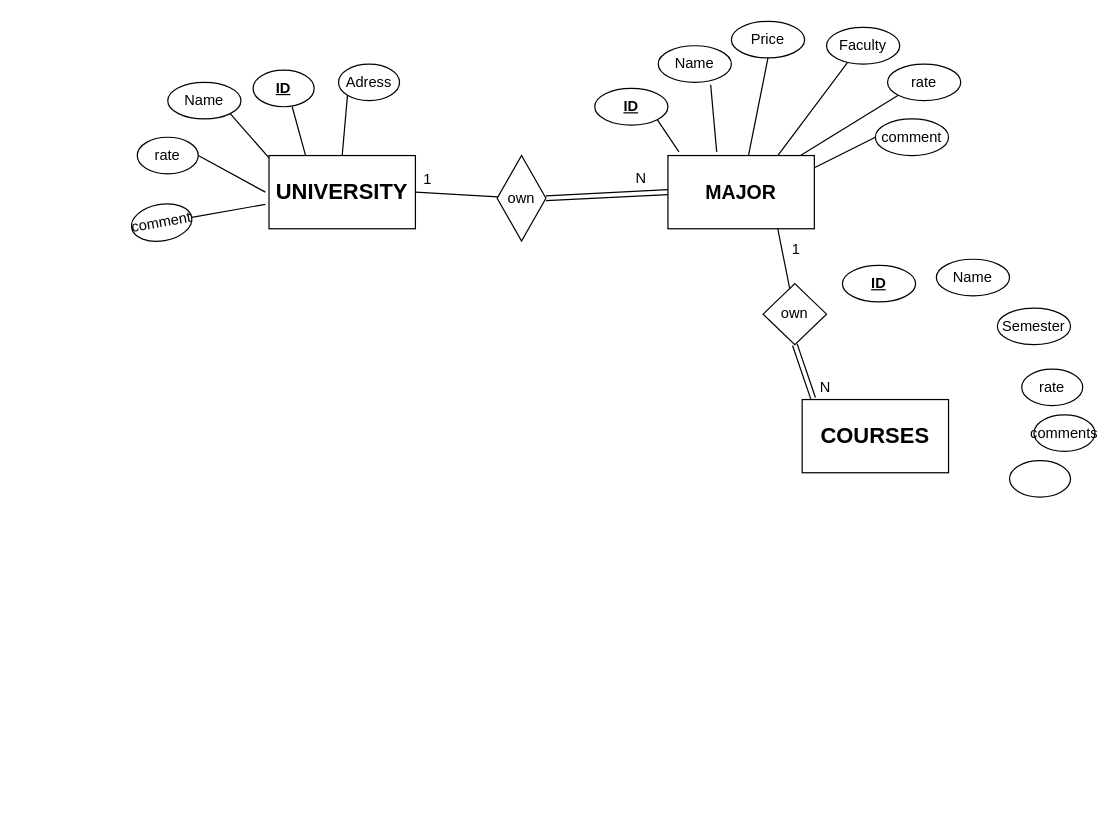
This is KnowUni (database architecture draft) .drawio from janweh/GangsOfCsharp, a draw.io file, before an edit. Source tidied: cells renumbered, new cells numbered last; positions are measured from the earlier drawing's top-left corner, leaving out a move shared by most shapes. Both pictures are drawn from the tidied source at 122%, with x=0, y=0 at pixel (131, 21).
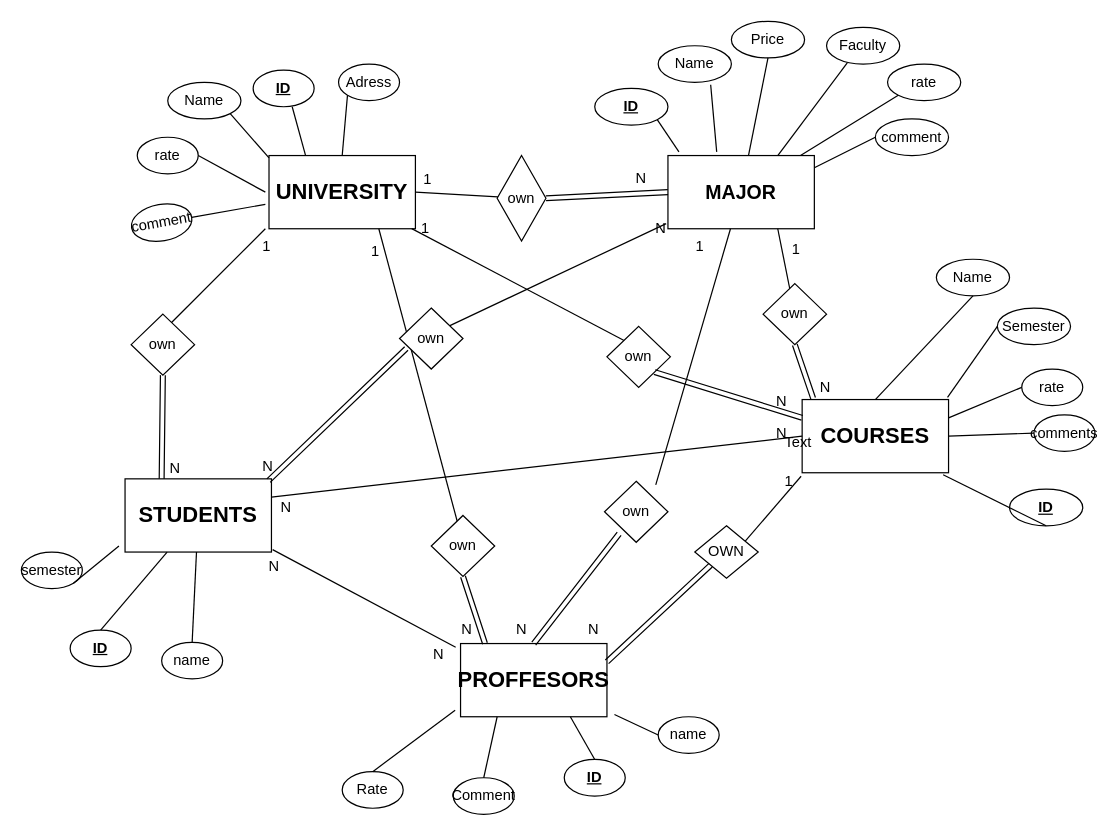
After the change.

The change refers to these unchanged cells:
```xml
<mxCell id="2" value="&lt;b&gt;&lt;font style=&quot;font-size: 18px&quot;&gt;UNIVERSITY&lt;/font&gt;&lt;/b&gt;" style="rounded=0;whiteSpace=wrap;html=1;" parent="1" vertex="1">
  <mxGeometry x="113" y="110" width="120" height="60" as="geometry" />
</mxCell>
<mxCell id="3" value="&lt;font size=&quot;3&quot;&gt;&lt;b&gt;MAJOR&lt;/b&gt;&lt;/font&gt;" style="rounded=0;whiteSpace=wrap;html=1;" parent="1" vertex="1">
  <mxGeometry x="440" y="110" width="120" height="60" as="geometry" />
</mxCell>
<mxCell id="31" value="&lt;b&gt;&lt;font style=&quot;font-size: 18px&quot;&gt;COURSES&lt;/font&gt;&lt;/b&gt;" style="rounded=0;whiteSpace=wrap;html=1;" parent="1" vertex="1">
  <mxGeometry x="550" y="310" width="120" height="60" as="geometry" />
</mxCell>
<mxCell id="37" value="Semester" style="ellipse;whiteSpace=wrap;html=1;" parent="1" vertex="1">
  <mxGeometry x="710" y="235" width="60" height="30" as="geometry" />
</mxCell>
<mxCell id="38" value="Name" style="ellipse;whiteSpace=wrap;html=1;" parent="1" vertex="1">
  <mxGeometry x="660" y="195" width="60" height="30" as="geometry" />
</mxCell>
<mxCell id="40" value="rate" style="ellipse;whiteSpace=wrap;html=1;direction=west;" parent="1" vertex="1">
  <mxGeometry x="730" y="285" width="50" height="30" as="geometry" />
</mxCell>
<mxCell id="41" value="comments" style="ellipse;whiteSpace=wrap;html=1;direction=west;" parent="1" vertex="1">
  <mxGeometry x="740" y="322.5" width="50" height="30" as="geometry" />
</mxCell>
```

Diff of the diagram source:
```diff
@@
     <mxCell id="39" value="&lt;u&gt;&lt;b&gt;ID&lt;/b&gt;&lt;/u&gt;" style="ellipse;whiteSpace=wrap;html=1;" parent="1" vertex="1">
-      <mxGeometry x="583" y="200" width="60" height="30" as="geometry" />
+      <mxGeometry x="720" y="383.5" width="60" height="30" as="geometry" />
     </mxCell>
@@
-    <mxCell id="42" style="ellipse;whiteSpace=wrap;html=1;direction=west;" parent="1" vertex="1">
-      <mxGeometry x="720" y="360" width="50" height="30" as="geometry" />
+    <mxCell id="42" value="name" style="ellipse;whiteSpace=wrap;html=1;direction=west;" parent="1" vertex="1">
+      <mxGeometry x="432" y="570" width="50" height="30" as="geometry" />
     </mxCell>
+    <mxCell id="43" style="endArrow=none;html=1;entryX=1;entryY=0.5;entryDx=0;entryDy=0;exitX=1;exitY=0.5;exitDx=0;exitDy=0;" parent="1" edge="1" source="31" target="41">
+      <mxGeometry relative="1" as="geometry" />
+    </mxCell>
+    <mxCell id="44" style="endArrow=none;html=1;entryX=0.5;entryY=1;entryDx=0;entryDy=0;exitX=0.963;exitY=1.028;exitDx=0;exitDy=0;exitPerimeter=0;" parent="1" edge="1" source="31" target="39">
+      <mxGeometry relative="1" as="geometry" />
+    </mxCell>
+    <mxCell id="45" style="endArrow=none;html=1;entryX=0;entryY=0.5;entryDx=0;entryDy=0;exitX=0.993;exitY=-0.03;exitDx=0;exitDy=0;exitPerimeter=0;" parent="1" edge="1" source="31" target="37">
+      <mxGeometry relative="1" as="geometry" />
+    </mxCell>
+    <mxCell id="46" style="endArrow=none;html=1;entryX=0.5;entryY=1;entryDx=0;entryDy=0;exitX=0.5;exitY=0;exitDx=0;exitDy=0;" parent="1" edge="1" source="31" target="38">
+      <mxGeometry relative="1" as="geometry" />
+    </mxCell>
+    <mxCell id="47" style="endArrow=none;html=1;entryX=1;entryY=0.5;entryDx=0;entryDy=0;exitX=1;exitY=0.25;exitDx=0;exitDy=0;" parent="1" edge="1" source="31" target="40">
+      <mxGeometry relative="1" as="geometry" />
+    </mxCell>
+    <mxCell id="48" value="&lt;b&gt;&lt;font style=&quot;font-size: 18px&quot;&gt;PROFFESORS&lt;/font&gt;&lt;/b&gt;" style="rounded=0;whiteSpace=wrap;html=1;" parent="1" vertex="1">
+      <mxGeometry x="270" y="510" width="120" height="60" as="geometry" />
+    </mxCell>
+    <mxCell id="49" value="&lt;font style=&quot;font-size: 18px&quot;&gt;&lt;b&gt;STUDENTS&lt;/b&gt;&lt;/font&gt;" style="rounded=0;whiteSpace=wrap;html=1;" parent="1" vertex="1">
+      <mxGeometry x="-5" y="375" width="120" height="60" as="geometry" />
+    </mxCell>
+    <mxCell id="50" style="endArrow=none;html=1;entryX=-0.007;entryY=1.048;entryDx=0;entryDy=0;entryPerimeter=0;" parent="1" edge="1" target="31">
+      <mxGeometry relative="1" as="geometry">
+        <mxPoint x="500" y="430" as="sourcePoint" />
+      </mxGeometry>
+    </mxCell>
+    <mxCell id="51" value="OWN" style="rhombus;whiteSpace=wrap;html=1;" parent="1" vertex="1">
+      <mxGeometry x="462" y="413.5" width="52" height="43" as="geometry" />
+    </mxCell>
+    <mxCell id="52" value="N" style="text;html=1;align=left;verticalAlign=top;spacingTop=-4;" parent="1" vertex="1">
+      <mxGeometry x="373" y="489" width="20" height="20" as="geometry" />
+    </mxCell>
+    <mxCell id="53" value="1" style="text;html=1;align=left;verticalAlign=top;spacingTop=-4;" parent="1" vertex="1">
+      <mxGeometry x="534" y="367" width="20" height="20" as="geometry" />
+    </mxCell>
+    <mxCell id="54" style="shape=link;html=1;entryX=0;entryY=1;entryDx=0;entryDy=0;exitX=1;exitY=0.25;exitDx=0;exitDy=0;" parent="1" edge="1" source="48" target="51">
+      <mxGeometry relative="1" as="geometry" />
+    </mxCell>
+    <mxCell id="55" value="Comment" style="ellipse;whiteSpace=wrap;html=1;direction=west;" parent="1" vertex="1">
+      <mxGeometry x="264" y="620" width="50" height="30" as="geometry" />
+    </mxCell>
+    <mxCell id="56" value="&lt;b&gt;&lt;u&gt;ID&lt;/u&gt;&lt;/b&gt;" style="ellipse;whiteSpace=wrap;html=1;direction=west;" parent="1" vertex="1">
+      <mxGeometry x="355" y="605" width="50" height="30" as="geometry" />
+    </mxCell>
+    <mxCell id="57" value="Rate" style="ellipse;whiteSpace=wrap;html=1;direction=west;" parent="1" vertex="1">
+      <mxGeometry x="173" y="615" width="50" height="30" as="geometry" />
+    </mxCell>
+    <mxCell id="58" style="endArrow=none;html=1;entryX=-0.037;entryY=0.911;entryDx=0;entryDy=0;entryPerimeter=0;exitX=0.5;exitY=1;exitDx=0;exitDy=0;" parent="1" edge="1" source="57" target="48">
+      <mxGeometry relative="1" as="geometry" />
+    </mxCell>
+    <mxCell id="59" style="endArrow=none;html=1;entryX=1.051;entryY=0.97;entryDx=0;entryDy=0;entryPerimeter=0;exitX=1;exitY=0.5;exitDx=0;exitDy=0;" parent="1" edge="1" source="42" target="48">
+      <mxGeometry relative="1" as="geometry" />
+    </mxCell>
+    <mxCell id="60" style="endArrow=none;html=1;entryX=0.25;entryY=1;entryDx=0;entryDy=0;exitX=0.5;exitY=1;exitDx=0;exitDy=0;" parent="1" edge="1" source="55" target="48">
+      <mxGeometry relative="1" as="geometry" />
+    </mxCell>
+    <mxCell id="61" style="endArrow=none;html=1;entryX=0.75;entryY=1;entryDx=0;entryDy=0;exitX=0.5;exitY=1;exitDx=0;exitDy=0;" parent="1" edge="1" source="56" target="48">
+      <mxGeometry relative="1" as="geometry" />
+    </mxCell>
+    <mxCell id="62" style="endArrow=none;html=1;" parent="1" edge="1" target="3">
+      <mxGeometry relative="1" as="geometry">
+        <mxPoint x="430" y="380" as="sourcePoint" />
+      </mxGeometry>
+    </mxCell>
+    <mxCell id="63" value="own" style="rhombus;whiteSpace=wrap;html=1;" parent="1" vertex="1">
+      <mxGeometry x="388" y="377" width="52" height="50" as="geometry" />
+    </mxCell>
+    <mxCell id="64" style="shape=link;html=1;exitX=0.5;exitY=0;exitDx=0;exitDy=0;" parent="1" edge="1" source="48">
+      <mxGeometry relative="1" as="geometry">
+        <mxPoint x="400" y="420" as="targetPoint" />
+      </mxGeometry>
+    </mxCell>
+    <mxCell id="65" value="1" style="text;html=1;align=left;verticalAlign=top;spacingTop=-4;" parent="1" vertex="1">
+      <mxGeometry x="461" y="175" width="20" height="20" as="geometry" />
+    </mxCell>
+    <mxCell id="66" value="N" style="text;html=1;align=left;verticalAlign=top;spacingTop=-4;" parent="1" vertex="1">
+      <mxGeometry x="314" y="489" width="20" height="20" as="geometry" />
+    </mxCell>
+    <mxCell id="67" style="endArrow=none;html=1;entryX=0.975;entryY=0.998;entryDx=0;entryDy=0;entryPerimeter=0;" parent="1" edge="1" target="2">
+      <mxGeometry relative="1" as="geometry">
+        <mxPoint x="420" y="270" as="sourcePoint" />
+      </mxGeometry>
+    </mxCell>
+    <mxCell id="68" value="own" style="rhombus;whiteSpace=wrap;html=1;" parent="1" vertex="1">
+      <mxGeometry x="390" y="250" width="52" height="50" as="geometry" />
+    </mxCell>
+    <mxCell id="69" style="shape=link;html=1;exitX=0;exitY=0.25;exitDx=0;exitDy=0;entryX=1;entryY=1;entryDx=0;entryDy=0;" parent="1" edge="1" source="31" target="68">
+      <mxGeometry relative="1" as="geometry" />
+    </mxCell>
+    <mxCell id="70" value="N" style="text;html=1;align=left;verticalAlign=top;spacingTop=-4;" parent="1" vertex="1">
+      <mxGeometry x="527" y="302" width="20" height="20" as="geometry" />
+    </mxCell>
+    <mxCell id="71" value="1" style="text;html=1;align=left;verticalAlign=top;spacingTop=-4;" parent="1" vertex="1">
+      <mxGeometry x="236" y="160" width="20" height="20" as="geometry" />
+    </mxCell>
+    <mxCell id="72" style="endArrow=none;html=1;entryX=0.75;entryY=1;entryDx=0;entryDy=0;" parent="1" edge="1" target="2">
+      <mxGeometry relative="1" as="geometry">
+        <mxPoint x="270" y="420" as="sourcePoint" />
+      </mxGeometry>
+    </mxCell>
+    <mxCell id="73" value="own" style="rhombus;whiteSpace=wrap;html=1;" parent="1" vertex="1">
+      <mxGeometry x="246" y="405" width="52" height="50" as="geometry" />
+    </mxCell>
+    <mxCell id="74" style="shape=link;html=1;entryX=0.5;entryY=1;entryDx=0;entryDy=0;exitX=0.167;exitY=0;exitDx=0;exitDy=0;exitPerimeter=0;" parent="1" edge="1" source="48" target="73">
+      <mxGeometry relative="1" as="geometry" />
+    </mxCell>
+    <mxCell id="75" value="1" style="text;html=1;align=left;verticalAlign=top;spacingTop=-4;" parent="1" vertex="1">
+      <mxGeometry x="195" y="179" width="20" height="20" as="geometry" />
+    </mxCell>
+    <mxCell id="76" value="N" style="text;html=1;points=[];align=left;verticalAlign=top;spacingTop=-4;" parent="1" vertex="1">
+      <mxGeometry x="269" y="489" width="20" height="20" as="geometry" />
+    </mxCell>
+    <mxCell id="77" value="semester" style="ellipse;whiteSpace=wrap;html=1;direction=west;" parent="1" vertex="1">
+      <mxGeometry x="-90" y="435" width="50" height="30" as="geometry" />
+    </mxCell>
+    <mxCell id="78" value="&lt;b&gt;&lt;u&gt;ID&lt;/u&gt;&lt;/b&gt;" style="ellipse;whiteSpace=wrap;html=1;direction=west;" parent="1" vertex="1">
+      <mxGeometry x="-50" y="499" width="50" height="30" as="geometry" />
+    </mxCell>
+    <mxCell id="79" value="name" style="ellipse;whiteSpace=wrap;html=1;direction=west;" parent="1" vertex="1">
+      <mxGeometry x="25" y="509" width="50" height="30" as="geometry" />
+    </mxCell>
+    <mxCell id="80" style="endArrow=none;html=1;" parent="1" edge="1">
+      <mxGeometry relative="1" as="geometry">
+        <mxPoint x="20" y="260" as="sourcePoint" />
+        <mxPoint x="110" y="170" as="targetPoint" />
+      </mxGeometry>
+    </mxCell>
+    <mxCell id="81" value="own" style="rhombus;whiteSpace=wrap;html=1;" parent="1" vertex="1">
+      <mxGeometry y="240" width="52" height="50" as="geometry" />
+    </mxCell>
+    <mxCell id="82" style="shape=link;html=1;entryX=0.5;entryY=1;entryDx=0;entryDy=0;exitX=0.25;exitY=0;exitDx=0;exitDy=0;" parent="1" edge="1" source="49" target="81">
+      <mxGeometry relative="1" as="geometry" />
+    </mxCell>
+    <mxCell id="83" value="N" style="text;html=1;align=left;verticalAlign=top;spacingTop=-4;" parent="1" vertex="1">
+      <mxGeometry x="30" y="357" width="20" height="20" as="geometry" />
+    </mxCell>
+    <mxCell id="84" value="1" style="text;html=1;align=left;verticalAlign=top;spacingTop=-4;" parent="1" vertex="1">
+      <mxGeometry x="106" y="175" width="20" height="20" as="geometry" />
+    </mxCell>
+    <mxCell id="85" style="endArrow=none;html=1;exitX=0;exitY=0;exitDx=0;exitDy=0;" parent="1" edge="1" source="77">
+      <mxGeometry relative="1" as="geometry">
+        <mxPoint x="-10" y="430" as="targetPoint" />
+      </mxGeometry>
+    </mxCell>
+    <mxCell id="86" style="endArrow=none;html=1;exitX=0.5;exitY=1;exitDx=0;exitDy=0;" parent="1" edge="1" source="79" target="49">
+      <mxGeometry relative="1" as="geometry" />
+    </mxCell>
+    <mxCell id="87" style="endArrow=none;html=1;exitX=0.5;exitY=1;exitDx=0;exitDy=0;" parent="1" edge="1" source="78" target="49">
+      <mxGeometry relative="1" as="geometry" />
+    </mxCell>
+    <mxCell id="88" style="endArrow=none;html=1;entryX=-0.012;entryY=0.93;entryDx=0;entryDy=0;entryPerimeter=0;" parent="1" edge="1" target="3">
+      <mxGeometry relative="1" as="geometry">
+        <mxPoint x="260" y="250" as="sourcePoint" />
+      </mxGeometry>
+    </mxCell>
+    <mxCell id="89" value="own" style="rhombus;whiteSpace=wrap;html=1;" parent="1" vertex="1">
+      <mxGeometry x="220" y="235" width="52" height="50" as="geometry" />
+    </mxCell>
+    <mxCell id="90" style="endArrow=none;html=1;entryX=0;entryY=0.5;entryDx=0;entryDy=0;exitX=1;exitY=0.25;exitDx=0;exitDy=0;" parent="1" edge="1" source="49" target="31">
+      <mxGeometry relative="1" as="geometry" />
+    </mxCell>
+    <mxCell id="91" style="shape=link;html=1;exitX=0.98;exitY=0.024;exitDx=0;exitDy=0;entryX=0.107;entryY=0.664;entryDx=0;entryDy=0;exitPerimeter=0;entryPerimeter=0;" parent="1" edge="1" source="49" target="89">
+      <mxGeometry relative="1" as="geometry" />
+    </mxCell>
+    <mxCell id="92" value="N" style="text;html=1;align=left;verticalAlign=top;spacingTop=-4;" parent="1" vertex="1">
+      <mxGeometry x="106" y="355" width="20" height="20" as="geometry" />
+    </mxCell>
+    <mxCell id="93" value="N" style="text;html=1;align=left;verticalAlign=top;spacingTop=-4;" parent="1" vertex="1">
+      <mxGeometry x="428" y="160" width="20" height="20" as="geometry" />
+    </mxCell>
+    <mxCell id="94" value="N" style="text;html=1;align=left;verticalAlign=top;spacingTop=-4;" parent="1" vertex="1">
+      <mxGeometry x="121" y="388.5" width="20" height="20" as="geometry" />
+    </mxCell>
+    <mxCell id="95" value="N" style="text;html=1;align=left;verticalAlign=top;spacingTop=-4;" parent="1" vertex="1">
+      <mxGeometry x="527" y="327.5" width="20" height="20" as="geometry" />
+    </mxCell>
+    <mxCell id="96" value="Text" style="text;html=1;align=left;verticalAlign=top;spacingTop=-4;" parent="1" vertex="1">
+      <mxGeometry x="534" y="335" width="40" height="20" as="geometry" />
+    </mxCell>
+    <mxCell id="97" style="endArrow=none;html=1;entryX=-0.15;entryY=1.2;entryDx=0;entryDy=0;entryPerimeter=0;exitX=1.008;exitY=0.967;exitDx=0;exitDy=0;exitPerimeter=0;" parent="1" edge="1" source="49" target="76">
+      <mxGeometry relative="1" as="geometry" />
+    </mxCell>
+    <mxCell id="98" value="N" style="text;html=1;align=left;verticalAlign=top;spacingTop=-4;" parent="1" vertex="1">
+      <mxGeometry x="111" y="436.5" width="20" height="20" as="geometry" />
+    </mxCell>
+    <mxCell id="99" value="N" style="text;html=1;align=left;verticalAlign=top;spacingTop=-4;" parent="1" vertex="1">
+      <mxGeometry x="246" y="509" width="20" height="20" as="geometry" />
+    </mxCell>
```
